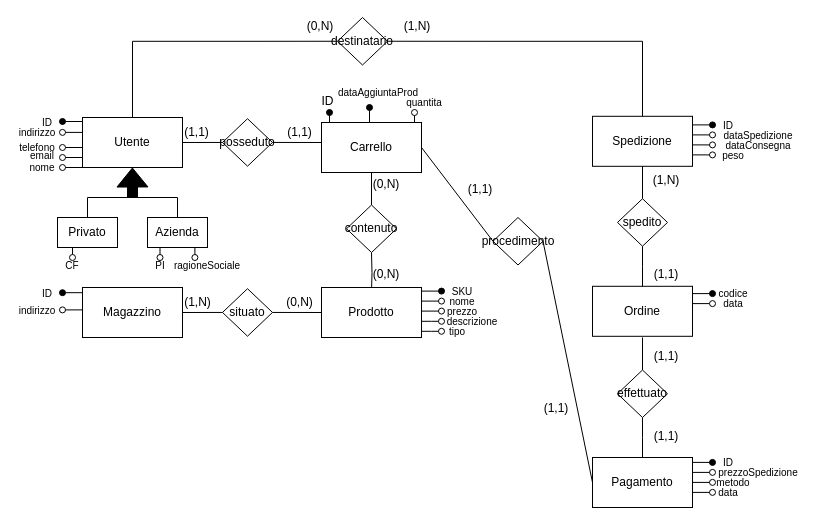
This is SchemaER/ER.drawio from orlifera/ProgettoBasiDati, a draw.io file, before an edit. Source tidied: cells renumbered, new cells numbered last; positions are measured from the earlier drawing's top-left corner, leaving out a move shared by most shapes. Both pictures are drawn from the tidied source at 100%, with x=0, y=0 at pixel (17, 17).
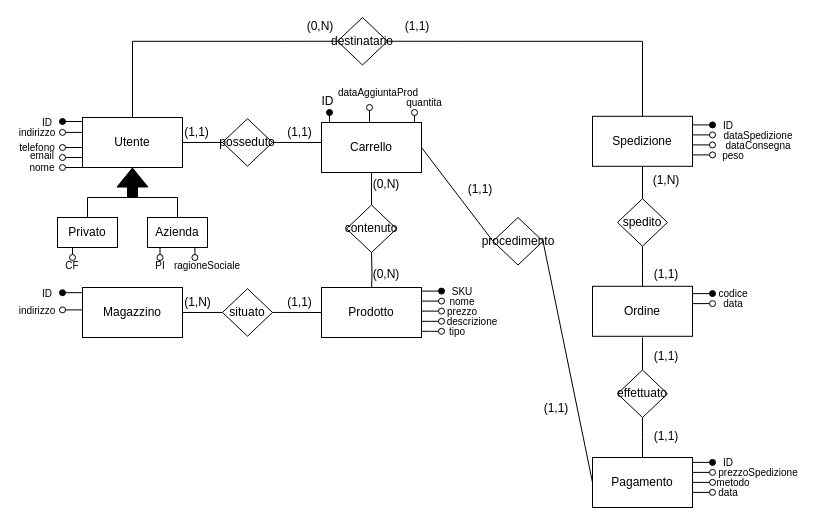
The same page after the edit.

Change to the diagram source:
```diff
@@
-    <mxCell id="65" value="(0,N)" style="text;html=1;strokeColor=none;fillColor=none;align=center;verticalAlign=middle;whiteSpace=wrap;rounded=0;" parent="1" vertex="1">
+    <mxCell id="65" value="(1,1)" style="text;html=1;strokeColor=none;fillColor=none;align=center;verticalAlign=middle;whiteSpace=wrap;rounded=0;" parent="1" vertex="1">
       <mxGeometry x="261" y="270" width="43" height="30" as="geometry" />
     </mxCell>
@@
-    <mxCell id="74" value="(1,N)" style="text;html=1;strokeColor=none;fillColor=none;align=center;verticalAlign=middle;whiteSpace=wrap;rounded=0;" parent="1" vertex="1">
+    <mxCell id="74" value="(1,1)" style="text;html=1;strokeColor=none;fillColor=none;align=center;verticalAlign=middle;whiteSpace=wrap;rounded=0;" parent="1" vertex="1">
       <mxGeometry x="386.5" width="26" height="18.8" as="geometry" />
     </mxCell>
@@
-    <mxCell id="81" style="endArrow=none;html=1;rounded=0;startArrow=oval;startFill=1;entryX=0.5;entryY=0;entryDx=0;entryDy=0;" parent="1" edge="1">
+    <mxCell id="81" style="endArrow=none;html=1;rounded=0;startArrow=oval;startFill=0;entryX=0.5;entryY=0;entryDx=0;entryDy=0;" parent="1" edge="1">
       <mxGeometry relative="1" as="geometry">
         <mxPoint x="352" y="90" as="sourcePoint" />
         <mxPoint x="352" y="105" as="targetPoint" />
       </mxGeometry>
     </mxCell>
```
